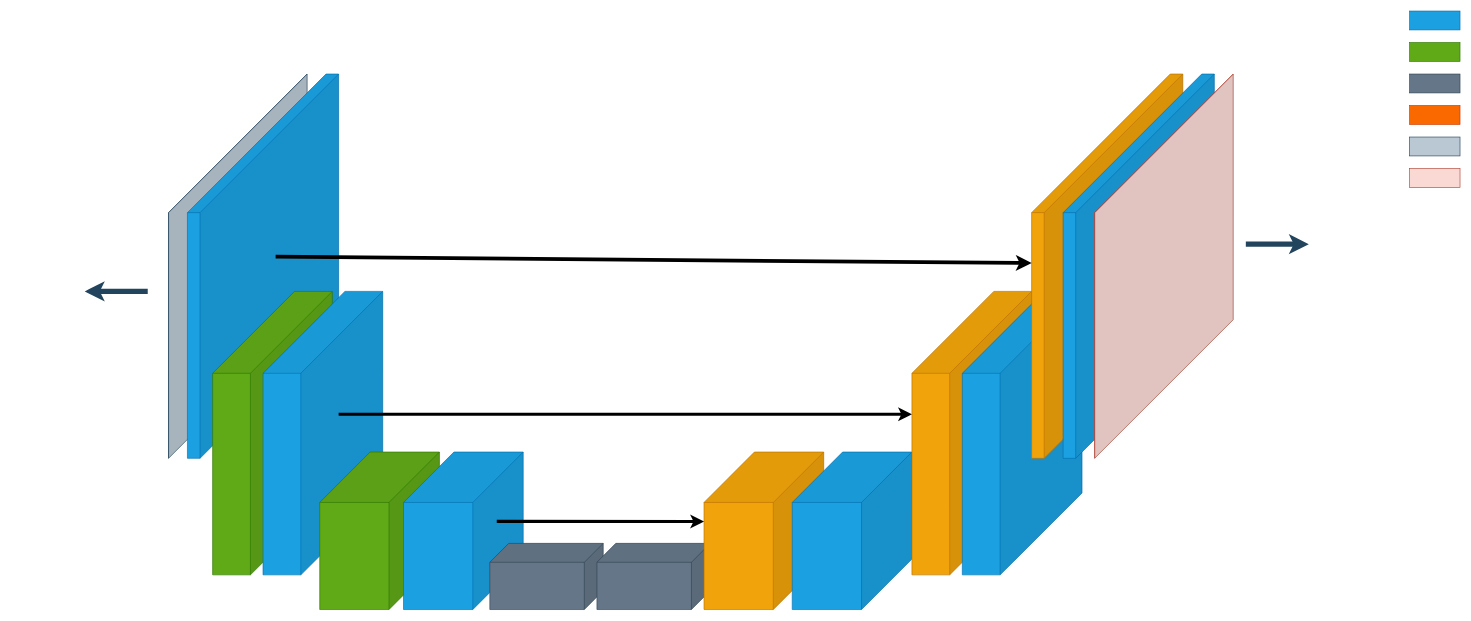
This is unet.drawio from szymciem8/Analysis-of-thyroid-US-images-with-ML, a draw.io file, before an edit. Source tidied: cells renumbered, new cells numbered last; positions are measured from the earlier drawing's top-left corner, leaving out a move shared by most shapes. Both pictures are drawn from the tidied source at 63%, with x=0, y=0 at pixel (84, 11).
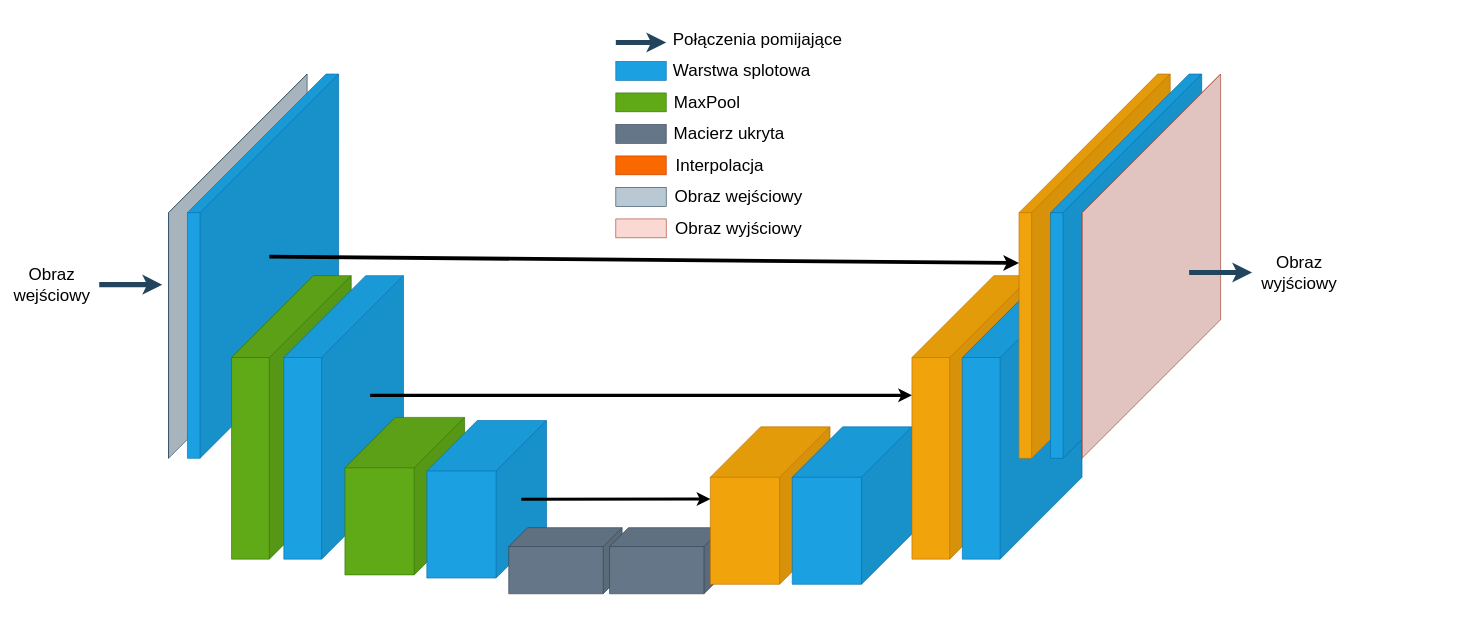
Above is the later version.

Change to the diagram source:
```diff
@@
     <mxCell id="4" style="shape=cube;whiteSpace=wrap;html=1;boundedLbl=1;backgroundOutline=1;darkOpacity=0.05;darkOpacity2=0.1;direction=east;flipH=1;size=130;labelBackgroundColor=none;fillColor=#60a917;strokeColor=#2D7600;fontColor=#ffffff;" parent="1" vertex="1">
-      <mxGeometry x="203" y="445" width="190" height="450" as="geometry" />
+      <mxGeometry x="233" y="420" width="190" height="450" as="geometry" />
     </mxCell>
     <mxCell id="5" style="shape=cube;whiteSpace=wrap;html=1;boundedLbl=1;backgroundOutline=1;darkOpacity=0.05;darkOpacity2=0.1;direction=east;flipH=1;size=130;labelBackgroundColor=none;fillColor=#1ba1e2;strokeColor=#006EAF;fontColor=#ffffff;" parent="1" vertex="1">
-      <mxGeometry x="283" y="445" width="190" height="450" as="geometry" />
+      <mxGeometry x="316" y="420" width="190" height="450" as="geometry" />
     </mxCell>
     <mxCell id="6" style="shape=cube;whiteSpace=wrap;html=1;boundedLbl=1;backgroundOutline=1;darkOpacity=0.05;darkOpacity2=0.1;direction=east;flipH=1;size=80;labelBackgroundColor=none;fillColor=#60a917;strokeColor=#2D7600;fontColor=#ffffff;" parent="1" vertex="1">
-      <mxGeometry x="373" y="700" width="190" height="250" as="geometry" />
+      <mxGeometry x="413" y="645" width="190" height="250" as="geometry" />
     </mxCell>
     <mxCell id="7" style="shape=cube;whiteSpace=wrap;html=1;boundedLbl=1;backgroundOutline=1;darkOpacity=0.05;darkOpacity2=0.1;direction=east;flipH=1;size=80;labelBackgroundColor=none;fillColor=#1ba1e2;strokeColor=#006EAF;fontColor=#ffffff;" parent="1" vertex="1">
-      <mxGeometry x="506" y="700" width="190" height="250" as="geometry" />
+      <mxGeometry x="543" y="650" width="190" height="250" as="geometry" />
     </mxCell>
     <mxCell id="8" style="shape=cube;whiteSpace=wrap;html=1;boundedLbl=1;backgroundOutline=1;darkOpacity=0.05;darkOpacity2=0.1;direction=east;flipH=1;size=30;labelBackgroundColor=none;fillColor=#647687;strokeColor=#314354;fontColor=#ffffff;" parent="1" vertex="1">
-      <mxGeometry x="643" y="845" width="180" height="105" as="geometry" />
+      <mxGeometry x="673" y="820" width="180" height="105" as="geometry" />
     </mxCell>
     <mxCell id="9" style="shape=cube;whiteSpace=wrap;html=1;boundedLbl=1;backgroundOutline=1;darkOpacity=0.05;darkOpacity2=0.1;direction=east;flipH=1;size=30;labelBackgroundColor=none;fillColor=#647687;strokeColor=#314354;fontColor=#ffffff;" parent="1" vertex="1">
-      <mxGeometry x="813" y="845" width="180" height="105" as="geometry" />
+      <mxGeometry x="833" y="820" width="180" height="105" as="geometry" />
     </mxCell>
     <mxCell id="10" style="shape=cube;whiteSpace=wrap;html=1;boundedLbl=1;backgroundOutline=1;darkOpacity=0.05;darkOpacity2=0.1;direction=east;flipH=1;size=80;labelBackgroundColor=none;fillColor=#f0a30a;strokeColor=#BD7000;fontColor=#000000;" parent="1" vertex="1">
-      <mxGeometry x="983" y="700" width="190" height="250" as="geometry" />
+      <mxGeometry x="993" y="660" width="190" height="250" as="geometry" />
     </mxCell>
     <mxCell id="11" style="shape=cube;whiteSpace=wrap;html=1;boundedLbl=1;backgroundOutline=1;darkOpacity=0.05;darkOpacity2=0.1;direction=east;flipH=1;size=80;labelBackgroundColor=none;fillColor=#1ba1e2;strokeColor=#006EAF;fontColor=#ffffff;" parent="1" vertex="1">
-      <mxGeometry x="1123" y="700" width="190" height="250" as="geometry" />
+      <mxGeometry x="1123" y="660" width="190" height="250" as="geometry" />
     </mxCell>
     <mxCell id="12" style="shape=cube;whiteSpace=wrap;html=1;boundedLbl=1;backgroundOutline=1;darkOpacity=0.05;darkOpacity2=0.1;direction=east;flipH=1;size=130;labelBackgroundColor=none;fillColor=#f0a30a;strokeColor=#BD7000;fontColor=#000000;" parent="1" vertex="1">
-      <mxGeometry x="1313" y="445" width="190" height="450" as="geometry" />
+      <mxGeometry x="1313" y="420" width="190" height="450" as="geometry" />
     </mxCell>
     <mxCell id="13" style="shape=cube;whiteSpace=wrap;html=1;boundedLbl=1;backgroundOutline=1;darkOpacity=0.05;darkOpacity2=0.1;direction=east;flipH=1;size=130;labelBackgroundColor=none;fillColor=#1ba1e2;strokeColor=#006EAF;fontColor=#ffffff;" parent="1" vertex="1">
-      <mxGeometry x="1393" y="445" width="190" height="450" as="geometry" />
+      <mxGeometry x="1393" y="420" width="190" height="450" as="geometry" />
     </mxCell>
     <mxCell id="14" style="shape=cube;whiteSpace=wrap;html=1;boundedLbl=1;backgroundOutline=1;darkOpacity=0.05;darkOpacity2=0.1;direction=east;flipH=1;size=220;labelBackgroundColor=none;fillColor=#f0a30a;strokeColor=#BD7000;fontColor=#000000;" parent="1" vertex="1">
-      <mxGeometry x="1503" y="100" width="240" height="610" as="geometry" />
+      <mxGeometry x="1483" y="100" width="240" height="610" as="geometry" />
     </mxCell>
     <mxCell id="15" style="shape=cube;whiteSpace=wrap;html=1;boundedLbl=1;backgroundOutline=1;darkOpacity=0.05;darkOpacity2=0.1;direction=east;flipH=1;size=220;labelBackgroundColor=none;fillColor=#1ba1e2;strokeColor=#006EAF;fontColor=#ffffff;" parent="1" vertex="1">
-      <mxGeometry x="1553" y="100" width="240" height="610" as="geometry" />
+      <mxGeometry x="1533" y="100" width="240" height="610" as="geometry" />
     </mxCell>
@@
-    <mxCell id="18" style="endArrow=classic;html=1;rounded=0;strokeColor=#23445D;strokeWidth=8;" parent="1" edge="1">
-      <mxGeometry relative="1" as="geometry">
-        <mxPoint x="1843" y="370" as="sourcePoint" />
-        <mxPoint x="1943" y="370" as="targetPoint" />
-      </mxGeometry>
-    </mxCell>
-    <mxCell id="19" style="rounded=0;whiteSpace=wrap;html=1;strokeColor=#006EAF;fontColor=#ffffff;fillColor=#1ba1e2;" parent="1" vertex="1">
-      <mxGeometry x="2103" width="80" height="30" as="geometry" />
-    </mxCell>
-    <mxCell id="20" style="rounded=0;whiteSpace=wrap;html=1;strokeColor=#2D7600;fontColor=#ffffff;fillColor=#60a917;" parent="1" vertex="1">
-      <mxGeometry x="2103" y="50" width="80" height="30" as="geometry" />
-    </mxCell>
-    <mxCell id="21" style="rounded=0;whiteSpace=wrap;html=1;strokeColor=#314354;fontColor=#ffffff;fillColor=#647687;" parent="1" vertex="1">
-      <mxGeometry x="2103" y="100" width="80" height="30" as="geometry" />
-    </mxCell>
-    <mxCell id="22" style="rounded=0;whiteSpace=wrap;html=1;strokeColor=#C73500;fontColor=#000000;fillColor=#fa6800;" parent="1" vertex="1">
-      <mxGeometry x="2103" y="150" width="80" height="30" as="geometry" />
-    </mxCell>
-    <mxCell id="23" style="rounded=0;whiteSpace=wrap;html=1;strokeColor=#23445d;fillColor=#bac8d3;" parent="1" vertex="1">
-      <mxGeometry x="2103" y="200" width="80" height="30" as="geometry" />
-    </mxCell>
     <mxCell id="24" style="shape=cube;whiteSpace=wrap;html=1;boundedLbl=1;backgroundOutline=1;darkOpacity=0.05;darkOpacity2=0.1;direction=east;flipH=1;size=220;labelBackgroundColor=none;fillColor=#fad9d5;strokeColor=#ae4132;" parent="1" vertex="1">
-      <mxGeometry x="1603" y="100" width="220" height="610" as="geometry" />
+      <mxGeometry x="1583" y="100" width="220" height="610" as="geometry" />
     </mxCell>
-    <mxCell id="25" style="rounded=0;whiteSpace=wrap;html=1;strokeColor=#ae4132;fillColor=#fad9d5;" parent="1" vertex="1">
-      <mxGeometry x="2103" y="250" width="80" height="30" as="geometry" />
-    </mxCell>
-    <mxCell id="26" style="endArrow=classic;html=1;rounded=0;strokeColor=#23445D;strokeWidth=8;" parent="1" edge="1">
-      <mxGeometry relative="1" as="geometry">
-        <mxPoint x="100" y="445" as="sourcePoint" />
-        <mxPoint y="445" as="targetPoint" />
-      </mxGeometry>
-    </mxCell>
     <mxCell id="27" style="endArrow=classic;html=1;rounded=0;fillColor=#000000;strokeWidth=6;" parent="1" edge="1">
       <mxGeometry relative="1" as="geometry">
-        <mxPoint x="303" y="390" as="sourcePoint" />
-        <mxPoint x="1503" y="400" as="targetPoint" />
+        <mxPoint x="293" y="390" as="sourcePoint" />
+        <mxPoint x="1483" y="400" as="targetPoint" />
       </mxGeometry>
     </mxCell>
     <mxCell id="28" style="endArrow=classic;html=1;rounded=0;fillColor=#000000;strokeWidth=5;" parent="1" edge="1">
       <mxGeometry relative="1" as="geometry">
-        <mxPoint x="403" y="640" as="sourcePoint" />
-        <mxPoint x="1313" y="640" as="targetPoint" />
+        <mxPoint x="453" y="610" as="sourcePoint" />
+        <mxPoint x="1313" y="610" as="targetPoint" />
       </mxGeometry>
     </mxCell>
     <mxCell id="29" style="endArrow=classic;html=1;rounded=0;fillColor=#000000;strokeWidth=5;" parent="1" edge="1">
       <mxGeometry relative="1" as="geometry">
-        <mxPoint x="654" y="810" as="sourcePoint" />
-        <mxPoint x="983" y="810.3" as="targetPoint" />
+        <mxPoint x="693" y="775" as="sourcePoint" />
+        <mxPoint x="993" y="774.6" as="targetPoint" />
       </mxGeometry>
     </mxCell>
+    <mxCell id="30" style="rounded=0;whiteSpace=wrap;html=1;strokeColor=#006EAF;fontColor=#ffffff;fillColor=#1ba1e2;" parent="1" vertex="1">
+      <mxGeometry x="843" y="80" width="80" height="30" as="geometry" />
+    </mxCell>
+    <mxCell id="31" value="&lt;font color=&quot;#000000&quot;&gt;&lt;span style=&quot;font-size: 27px;&quot;&gt;Warstwa splotowa&lt;/span&gt;&lt;/font&gt;" style="text;html=1;strokeColor=none;fillColor=none;align=center;verticalAlign=middle;whiteSpace=wrap;rounded=0;fontColor=#FFFFFF;" parent="1" vertex="1">
+      <mxGeometry x="923" y="80" width="240" height="30" as="geometry" />
+    </mxCell>
+    <mxCell id="32" style="rounded=0;whiteSpace=wrap;html=1;strokeColor=#2D7600;fontColor=#ffffff;fillColor=#60a917;" parent="1" vertex="1">
+      <mxGeometry x="843" y="130" width="80" height="30" as="geometry" />
+    </mxCell>
+    <mxCell id="33" value="&lt;font style=&quot;font-size: 27px;&quot; color=&quot;#000000&quot;&gt;MaxPool&lt;/font&gt;" style="text;html=1;strokeColor=none;fillColor=none;align=center;verticalAlign=middle;whiteSpace=wrap;rounded=0;fontColor=#FFFFFF;" parent="1" vertex="1">
+      <mxGeometry x="923" y="130" width="130" height="30" as="geometry" />
+    </mxCell>
+    <mxCell id="34" style="rounded=0;whiteSpace=wrap;html=1;strokeColor=#314354;fontColor=#ffffff;fillColor=#647687;" parent="1" vertex="1">
+      <mxGeometry x="843" y="180" width="80" height="30" as="geometry" />
+    </mxCell>
+    <mxCell id="35" value="&lt;font style=&quot;font-size: 27px;&quot; color=&quot;#000000&quot;&gt;Macierz ukryta&lt;/font&gt;" style="text;html=1;strokeColor=none;fillColor=none;align=center;verticalAlign=middle;whiteSpace=wrap;rounded=0;fontColor=#FFFFFF;" parent="1" vertex="1">
+      <mxGeometry x="923" y="180" width="200" height="30" as="geometry" />
+    </mxCell>
+    <mxCell id="36" style="rounded=0;whiteSpace=wrap;html=1;strokeColor=#C73500;fontColor=#000000;fillColor=#fa6800;" parent="1" vertex="1">
+      <mxGeometry x="843" y="230" width="80" height="30" as="geometry" />
+    </mxCell>
+    <mxCell id="37" value="&lt;font style=&quot;font-size: 27px;&quot; color=&quot;#000000&quot;&gt;Interpolacja&lt;/font&gt;" style="text;html=1;strokeColor=none;fillColor=none;align=center;verticalAlign=middle;whiteSpace=wrap;rounded=0;fontColor=#FFFFFF;" parent="1" vertex="1">
+      <mxGeometry x="923" y="230" width="170" height="30" as="geometry" />
+    </mxCell>
+    <mxCell id="38" style="rounded=0;whiteSpace=wrap;html=1;strokeColor=#23445d;fillColor=#bac8d3;" parent="1" vertex="1">
+      <mxGeometry x="843" y="280" width="80" height="30" as="geometry" />
+    </mxCell>
+    <mxCell id="39" value="&lt;font style=&quot;font-size: 27px;&quot; color=&quot;#000000&quot;&gt;Obraz wejściowy&lt;/font&gt;" style="text;html=1;strokeColor=none;fillColor=none;align=center;verticalAlign=middle;whiteSpace=wrap;rounded=0;fontColor=#FFFFFF;" parent="1" vertex="1">
+      <mxGeometry x="923" y="280" width="230" height="30" as="geometry" />
+    </mxCell>
+    <mxCell id="40" style="rounded=0;whiteSpace=wrap;html=1;strokeColor=#ae4132;fillColor=#fad9d5;" parent="1" vertex="1">
+      <mxGeometry x="843" y="330" width="80" height="30" as="geometry" />
+    </mxCell>
+    <mxCell id="41" value="&lt;font style=&quot;font-size: 27px;&quot; color=&quot;#000000&quot;&gt;Obraz wyjściowy&lt;/font&gt;" style="text;html=1;strokeColor=none;fillColor=none;align=center;verticalAlign=middle;whiteSpace=wrap;rounded=0;fontColor=#FFFFFF;" parent="1" vertex="1">
+      <mxGeometry x="923" y="330" width="230" height="30" as="geometry" />
+    </mxCell>
+    <mxCell id="42" style="endArrow=classic;html=1;rounded=0;strokeColor=#23445D;strokeWidth=8;" parent="1" edge="1">
+      <mxGeometry relative="1" as="geometry">
+        <mxPoint x="843" y="50" as="sourcePoint" />
+        <mxPoint x="923" y="50" as="targetPoint" />
+      </mxGeometry>
+    </mxCell>
+    <mxCell id="43" value="&lt;font color=&quot;#000000&quot;&gt;&lt;span style=&quot;font-size: 27px;&quot;&gt;Połączenia pomijające&lt;/span&gt;&lt;/font&gt;" style="text;html=1;strokeColor=none;fillColor=none;align=center;verticalAlign=middle;whiteSpace=wrap;rounded=0;fontColor=#FFFFFF;" parent="1" vertex="1">
+      <mxGeometry x="923" y="30" width="290" height="30" as="geometry" />
+    </mxCell>
+    <mxCell id="44" value="&lt;font style=&quot;font-size: 27px;&quot; color=&quot;#000000&quot;&gt;Obraz wyjściowy&lt;/font&gt;" style="text;html=1;strokeColor=none;fillColor=none;align=center;verticalAlign=middle;whiteSpace=wrap;rounded=0;fontColor=#FFFFFF;" parent="1" vertex="1">
+      <mxGeometry x="1863" y="400" width="130" height="30" as="geometry" />
+    </mxCell>
+    <mxCell id="45" style="endArrow=classic;html=1;rounded=0;strokeColor=#23445D;strokeWidth=8;" parent="1" edge="1">
+      <mxGeometry relative="1" as="geometry">
+        <mxPoint x="1753" y="415" as="sourcePoint" />
+        <mxPoint x="1853" y="415" as="targetPoint" />
+      </mxGeometry>
+    </mxCell>
+    <mxCell id="46" value="&lt;font style=&quot;font-size: 27px;&quot; color=&quot;#000000&quot;&gt;Obraz wejściowy&lt;/font&gt;" style="text;html=1;strokeColor=none;fillColor=none;align=center;verticalAlign=middle;whiteSpace=wrap;rounded=0;fontColor=#FFFFFF;" parent="1" vertex="1">
+      <mxGeometry x="-117" y="420" width="130" height="30" as="geometry" />
+    </mxCell>
+    <mxCell id="47" style="endArrow=classic;html=1;rounded=0;strokeColor=#23445D;strokeWidth=8;" parent="1" edge="1">
+      <mxGeometry relative="1" as="geometry">
+        <mxPoint x="23" y="434.3" as="sourcePoint" />
+        <mxPoint x="123" y="434.3" as="targetPoint" />
+      </mxGeometry>
+    </mxCell>
+    <mxCell id="48" style="edgeStyle=orthogonalEdgeStyle;rounded=0;orthogonalLoop=1;jettySize=auto;html=1;exitX=0.5;exitY=1;exitDx=0;exitDy=0;strokeColor=#23445D;" parent="1" edge="1" source="46" target="46">
+      <mxGeometry relative="1" as="geometry" />
+    </mxCell>
```
